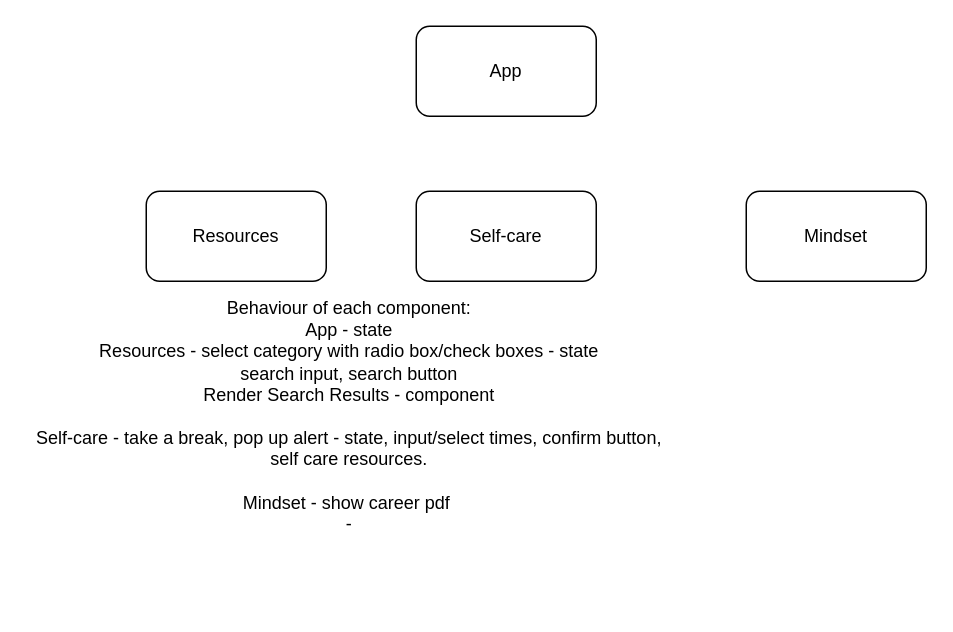
Earlier version of the draw.io diagram componentTree.drawio (hamstercat007/w9_frontend-project-soc-survival-guide). Source tidied: cells renumbered, new cells numbered last; positions are measured from the earlier drawing's top-left corner, leaving out a move shared by most shapes. Both pictures are drawn from the tidied source at 150%, with x=0, y=0 at pixel (26, 26).
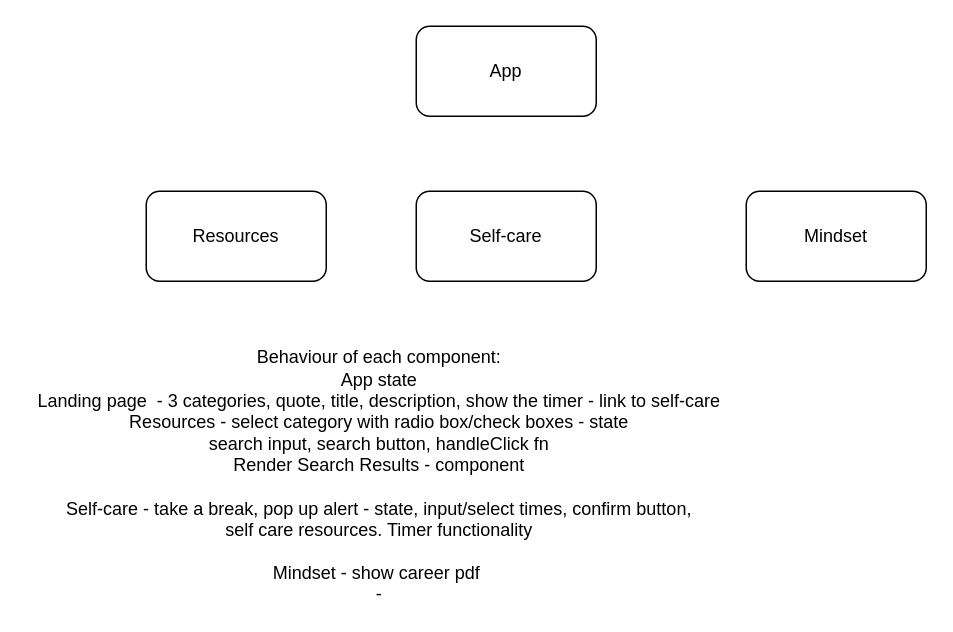
The same diagram, later.

Commit message (it also covers changes not shown here):
Component tree

The edit, as a diff of the source:
```diff
@@
 <mxGraphModel>
   <root>
     <mxCell id="0" />
     <mxCell id="1" parent="0" />
     <mxCell id="2" value="App" style="rounded=1;whiteSpace=wrap;html=1;" parent="1" vertex="1">
       <mxGeometry x="260" width="120" height="60" as="geometry" />
     </mxCell>
     <mxCell id="3" value="Resources" style="rounded=1;whiteSpace=wrap;html=1;" parent="1" vertex="1">
       <mxGeometry x="80" y="110" width="120" height="60" as="geometry" />
     </mxCell>
     <mxCell id="4" value="Self-care" style="rounded=1;whiteSpace=wrap;html=1;" parent="1" vertex="1">
       <mxGeometry x="260" y="110" width="120" height="60" as="geometry" />
     </mxCell>
     <mxCell id="5" value="Mindset" style="rounded=1;whiteSpace=wrap;html=1;" parent="1" vertex="1">
       <mxGeometry x="480" y="110" width="120" height="60" as="geometry" />
     </mxCell>
-    <mxCell id="6" value="Behaviour of each component:&lt;br&gt;App - state&lt;br&gt;Resources - select category with radio box/check boxes - state&lt;br&gt;search input, search button&lt;br&gt;Render Search Results - component&lt;br&gt;&lt;br&gt;Self-care - take a break, pop up alert - state, input/select times, confirm button,&lt;br&gt;self care resources.&lt;br&gt;&lt;br&gt;Mindset - show career pdf&amp;nbsp;&lt;br&gt;-" style="text;html=1;align=center;verticalAlign=middle;strokeColor=none;fillColor=none;" parent="1" vertex="1">
-      <mxGeometry y="180" width="430" height="160" as="geometry" />
+    <mxCell id="6" value="Behaviour of each component:&lt;br&gt;App state&lt;br&gt;Landing page&amp;nbsp; - 3 categories, quote, title, description, show the timer - link to self-care&lt;br&gt;Resources - select category with radio box/check boxes - state&lt;br&gt;search input, search button, handleClick fn&lt;br&gt;Render Search Results - component&lt;br&gt;&lt;br&gt;Self-care - take a break, pop up alert - state, input/select times, confirm button,&lt;br&gt;self care resources. Timer functionality&lt;br&gt;&lt;br&gt;Mindset - show career pdf&amp;nbsp;&lt;br&gt;-" style="text;html=1;align=center;verticalAlign=middle;strokeColor=none;fillColor=none;" parent="1" vertex="1">
+      <mxGeometry y="215" width="470" height="170" as="geometry" />
     </mxCell>
   </root>
 </mxGraphModel>
```
